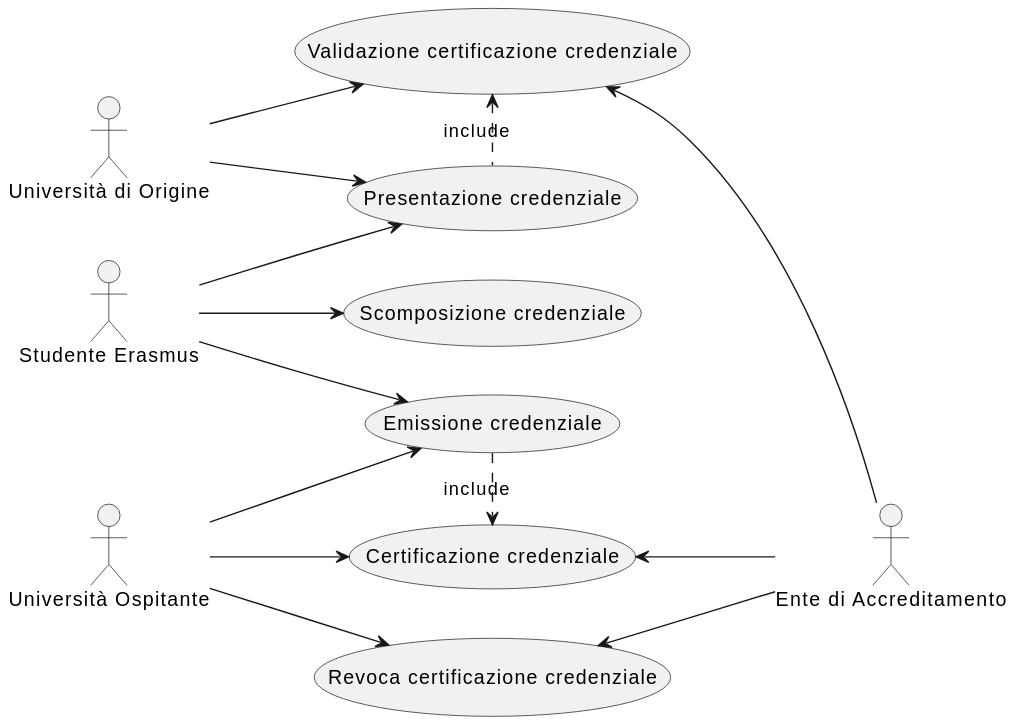
Before: usecase_1.svg, a diagram exported from PlantUML (Dacu02/APS_project_G9). Its diagram source:
```plantuml
@startuml
left to right direction

:Studente Erasmus: as stud
:Università Ospitante: as UO
:Università di Origine: as UdO
:Ente di Accreditamento: as CA
(Emissione credenziale) as req
(Presentazione credenziale) as forn
(Certificazione credenziale) as cert
(Validazione certificazione credenziale) as valid
(Scomposizione credenziale) as subs
(Revoca certificazione credenziale) as revoc

req .> cert :include
valid <. forn :include

:stud: --> req
:stud: --> subs
:stud: --> forn
:UdO: --> forn
:UdO: --> valid
valid <-- :CA:
cert <-- :CA:
:UO: --> req
:UO: --> cert
:UO: --> revoc
revoc <-- :CA:
@enduml
```
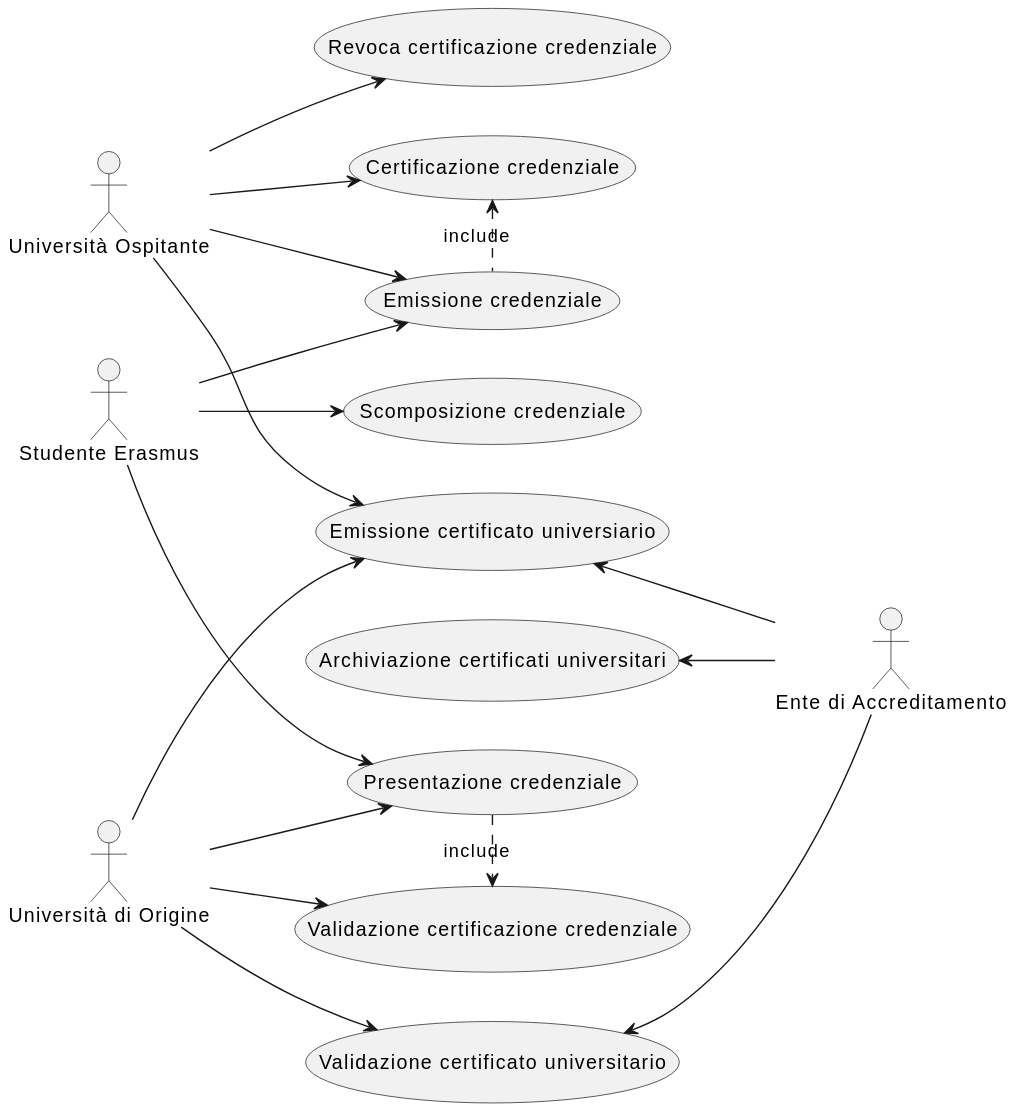
The same file after the commit.

The edit, as a diff of the source:
```diff
@@ -11,19 +11,27 @@
 (Validazione certificazione credenziale) as valid
 (Scomposizione credenziale) as subs
 (Revoca certificazione credenziale) as revoc
+(Emissione certificato universiario) as UCertif
+(Archiviazione certificati universitari) as UArchiv
+(Validazione certificato universitario) as UValid
 
-req .> cert :include
-valid <. forn :include
 
+UValid <-- :CA:
+UCertif <-- :CA:
+UArchiv <-- :CA:
+
+:UO: --> UCertif
+:UdO: --> UCertif
+cert <. req: include
+forn .> valid :include
+:UdO: --> UValid
 :stud: --> req
 :stud: --> subs
 :stud: --> forn
 :UdO: --> forn
 :UdO: --> valid
-valid <-- :CA:
-cert <-- :CA:
+
 :UO: --> req
 :UO: --> cert
 :UO: --> revoc
-revoc <-- :CA:
 @enduml
```
